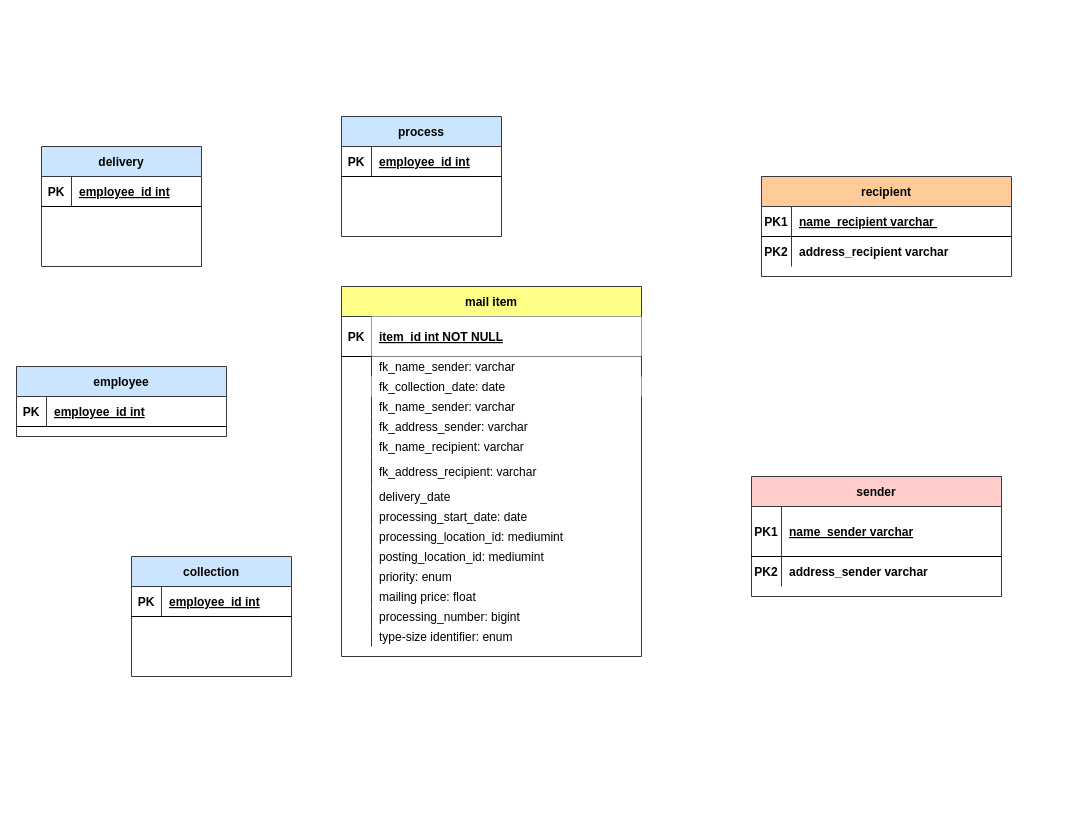
Earlier version of the draw.io diagram database_development_CR09/UML_ClassDiagram_CR09.drawio (Carina20/CFLMS-Carina-CodeReview-09). Source tidied: cells renumbered, new cells numbered last; positions are measured from the earlier drawing's top-left corner, leaving out a move shared by most shapes. Both pictures are drawn from the tidied source at 100%, with x=0, y=0 at pixel (16, 116).
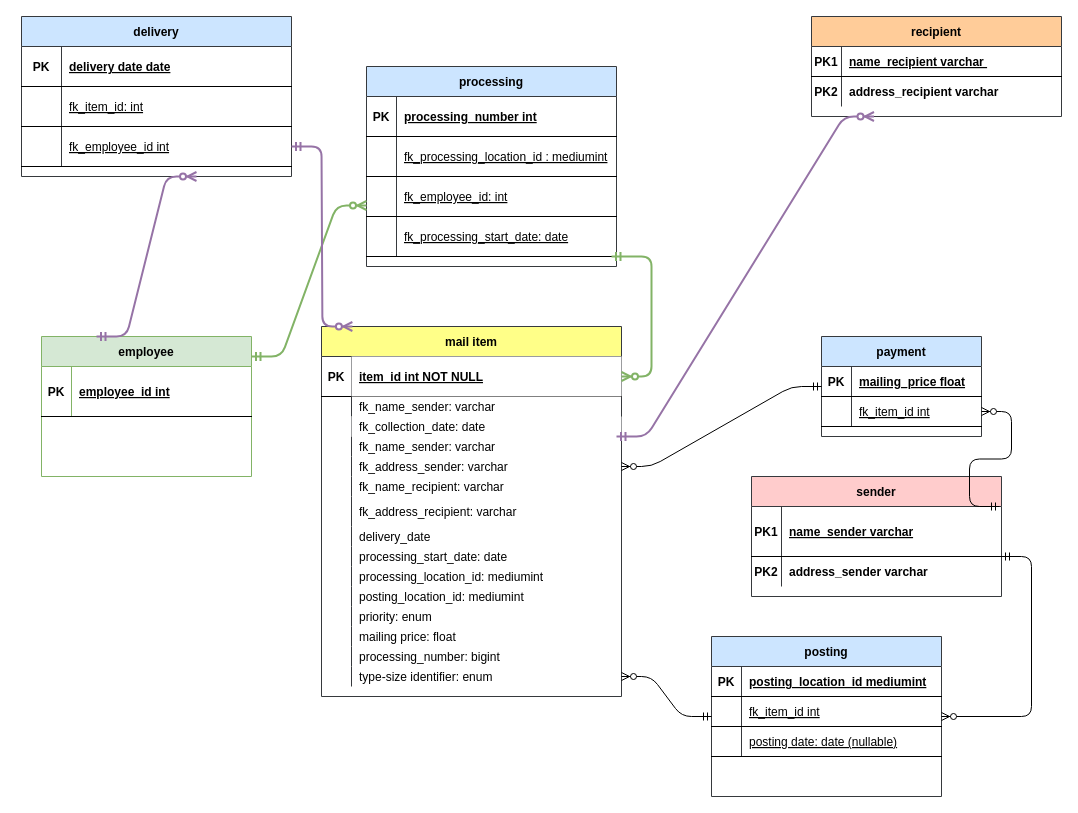
After the change.

Unchanged cells that the change refers to:
```xml
<mxCell id="10" style="shape=partialRectangle;fillColor=none;points=[[0,0.5],[1,0.5]];portConstraint=eastwest;top=0;left=0;right=0;bottom=1;" parent="9" vertex="1">
  <mxGeometry y="30" width="250" height="50" as="geometry" />
</mxCell>
<mxCell id="17" style="shape=partialRectangle;fillColor=none;points=[[0,0.5],[1,0.5]];portConstraint=eastwest;top=0;left=0;right=0;bottom=1;" parent="16" vertex="1">
  <mxGeometry y="30" width="300" height="40" as="geometry" />
</mxCell>
<mxCell id="29" style="shape=partialRectangle;fillColor=none;points=[[0,0.5],[1,0.5]];portConstraint=eastwest;top=0;left=0;right=0;bottom=0;" parent="16" vertex="1">
  <mxGeometry y="130" width="300" height="20" as="geometry" />
</mxCell>
<mxCell id="59" style="shape=partialRectangle;fillColor=none;points=[[0,0.5],[1,0.5]];portConstraint=eastwest;top=0;left=0;right=0;bottom=0;" parent="16" vertex="1">
  <mxGeometry y="340" width="300" height="20" as="geometry" />
</mxCell>
```

The edit, as a diff of the source:
```diff
@@
+    <mxCell id="62" value="delivery" style="shape=table;startSize=30;childLayout=tableLayout;rowLines=0;fontStyle=1;align=center;fillColor=#cce5ff;strokeColor=#36393d;" parent="1" vertex="1">
+      <mxGeometry x="5" y="-100" width="270" height="160" as="geometry" />
+    </mxCell>
+    <mxCell id="63" style="shape=partialRectangle;fillColor=none;top=0;left=0;right=0;bottom=1;" parent="62" vertex="1">
+      <mxGeometry y="30" width="270" height="40" as="geometry" />
+    </mxCell>
+    <mxCell id="64" value="PK" style="shape=partialRectangle;overflow=hidden;fillColor=none;top=0;left=0;bottom=0;right=0;fontStyle=1;" parent="63" vertex="1">
+      <mxGeometry width="40" height="40" as="geometry" />
+    </mxCell>
+    <mxCell id="65" value="delivery date date" style="shape=partialRectangle;overflow=hidden;fillColor=none;top=0;left=0;bottom=0;right=0;align=left;spacingLeft=6;fontStyle=5;" parent="63" vertex="1">
+      <mxGeometry x="40" width="230" height="40" as="geometry" />
+    </mxCell>
+    <mxCell id="78" style="shape=partialRectangle;fillColor=none;top=0;left=0;right=0;bottom=1;" parent="62" vertex="1">
+      <mxGeometry y="70" width="270" height="40" as="geometry" />
+    </mxCell>
+    <mxCell id="79" style="shape=partialRectangle;overflow=hidden;fillColor=none;top=0;left=0;bottom=0;right=0;fontStyle=1;" parent="78" vertex="1">
+      <mxGeometry width="40" height="40" as="geometry" />
+    </mxCell>
+    <mxCell id="80" value="fk_item_id: int" style="shape=partialRectangle;overflow=hidden;fillColor=none;top=0;left=0;bottom=0;right=0;align=left;spacingLeft=6;fontStyle=4;" parent="78" vertex="1">
+      <mxGeometry x="40" width="230" height="40" as="geometry" />
+    </mxCell>
+    <mxCell id="81" style="shape=partialRectangle;fillColor=none;points=[[0,0.5],[1,0.5]];portConstraint=eastwest;top=0;left=0;right=0;bottom=1;" parent="62" vertex="1">
+      <mxGeometry y="110" width="270" height="40" as="geometry" />
+    </mxCell>
+    <mxCell id="82" style="shape=partialRectangle;overflow=hidden;fillColor=none;top=0;left=0;bottom=0;right=0;fontStyle=1;" parent="81" vertex="1">
+      <mxGeometry width="40" height="40" as="geometry" />
+    </mxCell>
+    <mxCell id="83" value="fk_employee_id int" style="shape=partialRectangle;overflow=hidden;fillColor=none;top=0;left=0;bottom=0;right=0;align=left;spacingLeft=6;fontStyle=4;" parent="81" vertex="1">
+      <mxGeometry x="40" width="230" height="40" as="geometry" />
+    </mxCell>
     <mxCell id="2" value="recipient" style="shape=table;startSize=30;childLayout=tableLayout;rowLines=0;fontStyle=1;align=center;fillColor=#ffcc99;strokeColor=#36393d;" parent="1" vertex="1">
-      <mxGeometry x="745" y="60" width="250" height="100" as="geometry" />
+      <mxGeometry x="795" y="-100" width="250" height="100" as="geometry" />
     </mxCell>
@@
+    <mxCell id="66" value="processing" style="shape=table;startSize=30;childLayout=tableLayout;rowLines=0;fontStyle=1;align=center;fillColor=#cce5ff;strokeColor=#36393d;" parent="1" vertex="1">
+      <mxGeometry x="350" y="-50" width="250" height="200" as="geometry" />
+    </mxCell>
+    <mxCell id="67" style="shape=partialRectangle;fillColor=none;top=0;left=0;right=0;bottom=1;" parent="66" vertex="1">
+      <mxGeometry y="30" width="250" height="40" as="geometry" />
+    </mxCell>
+    <mxCell id="68" value="PK" style="shape=partialRectangle;overflow=hidden;fillColor=none;top=0;left=0;bottom=0;right=0;fontStyle=1;" parent="67" vertex="1">
+      <mxGeometry width="30" height="40" as="geometry" />
+    </mxCell>
+    <mxCell id="69" value="processing_number int" style="shape=partialRectangle;overflow=hidden;fillColor=none;top=0;left=0;bottom=0;right=0;align=left;spacingLeft=6;fontStyle=5;" parent="67" vertex="1">
+      <mxGeometry x="30" width="220" height="40" as="geometry" />
+    </mxCell>
+    <mxCell id="84" style="shape=partialRectangle;fillColor=none;top=0;left=0;right=0;bottom=1;fontStyle=0;" parent="66" vertex="1">
+      <mxGeometry y="70" width="250" height="40" as="geometry" />
+    </mxCell>
+    <mxCell id="85" style="shape=partialRectangle;overflow=hidden;fillColor=none;top=0;left=0;bottom=0;right=0;fontStyle=1;" parent="84" vertex="1">
+      <mxGeometry width="30" height="40" as="geometry" />
+    </mxCell>
+    <mxCell id="86" value="fk_processing_location_id : mediumint" style="shape=partialRectangle;overflow=hidden;fillColor=none;top=0;left=0;bottom=0;right=0;align=left;spacingLeft=6;fontStyle=4;" parent="84" vertex="1">
+      <mxGeometry x="30" width="220" height="40" as="geometry" />
+    </mxCell>
+    <mxCell id="87" style="shape=partialRectangle;fillColor=none;points=[[0,0.5],[1,0.5]];portConstraint=eastwest;top=0;left=0;right=0;bottom=1;" parent="66" vertex="1">
+      <mxGeometry y="110" width="250" height="40" as="geometry" />
+    </mxCell>
+    <mxCell id="88" style="shape=partialRectangle;overflow=hidden;fillColor=none;top=0;left=0;bottom=0;right=0;fontStyle=1;" parent="87" vertex="1">
+      <mxGeometry width="30" height="40" as="geometry" />
+    </mxCell>
+    <mxCell id="89" value="fk_employee_id: int" style="shape=partialRectangle;overflow=hidden;fillColor=none;top=0;left=0;bottom=0;right=0;align=left;spacingLeft=6;fontStyle=4;" parent="87" vertex="1">
+      <mxGeometry x="30" width="220" height="40" as="geometry" />
+    </mxCell>
+    <mxCell id="90" style="shape=partialRectangle;fillColor=none;top=0;left=0;right=0;bottom=1;" parent="66" vertex="1">
+      <mxGeometry y="150" width="250" height="40" as="geometry" />
+    </mxCell>
+    <mxCell id="91" style="shape=partialRectangle;overflow=hidden;fillColor=none;top=0;left=0;bottom=0;right=0;fontStyle=1;" parent="90" vertex="1">
+      <mxGeometry width="30" height="40" as="geometry" />
+    </mxCell>
+    <mxCell id="92" value="fk_processing_start_date: date" style="shape=partialRectangle;overflow=hidden;fillColor=none;top=0;left=0;bottom=0;right=0;align=left;spacingLeft=6;fontStyle=4;" parent="90" vertex="1">
+      <mxGeometry x="30" width="220" height="40" as="geometry" />
+    </mxCell>
+    <mxCell id="70" value="employee" style="shape=table;startSize=30;childLayout=tableLayout;rowLines=0;fontStyle=1;align=center;fillColor=#d5e8d4;strokeColor=#82b366;" parent="1" vertex="1">
+      <mxGeometry x="25" y="220" width="210" height="140" as="geometry" />
+    </mxCell>
+    <mxCell id="71" style="shape=partialRectangle;fillColor=none;top=0;left=0;right=0;bottom=1;" parent="70" vertex="1">
+      <mxGeometry y="30" width="210" height="50" as="geometry" />
+    </mxCell>
+    <mxCell id="72" value="PK" style="shape=partialRectangle;overflow=hidden;fillColor=none;top=0;left=0;bottom=0;right=0;fontStyle=1;" parent="71" vertex="1">
+      <mxGeometry width="30" height="50" as="geometry" />
+    </mxCell>
+    <mxCell id="73" value="employee_id int" style="shape=partialRectangle;overflow=hidden;fillColor=none;top=0;left=0;bottom=0;right=0;align=left;spacingLeft=6;fontStyle=5;" parent="71" vertex="1">
+      <mxGeometry x="30" width="180" height="50" as="geometry" />
+    </mxCell>
+    <mxCell id="93" value="payment" style="shape=table;startSize=30;childLayout=tableLayout;rowLines=0;fontStyle=1;align=center;fillColor=#cce5ff;strokeColor=#36393d;" parent="1" vertex="1">
+      <mxGeometry x="805" y="220" width="160" height="100" as="geometry" />
+    </mxCell>
+    <mxCell id="75" style="shape=partialRectangle;fillColor=none;top=0;left=0;right=0;bottom=1;" parent="93" vertex="1">
+      <mxGeometry y="30" width="160" height="30" as="geometry" />
+    </mxCell>
+    <mxCell id="94" value="PK" style="shape=partialRectangle;overflow=hidden;fillColor=none;top=0;left=0;bottom=0;right=0;fontStyle=1;" parent="75" vertex="1">
+      <mxGeometry width="30" height="30" as="geometry" />
+    </mxCell>
+    <mxCell id="95" value="mailing_price float" style="shape=partialRectangle;overflow=hidden;fillColor=none;top=0;left=0;bottom=0;right=0;align=left;spacingLeft=6;fontStyle=5;" parent="75" vertex="1">
+      <mxGeometry x="30" width="130" height="30" as="geometry" />
+    </mxCell>
+    <mxCell id="96" style="shape=partialRectangle;fillColor=none;points=[[0,0.5],[1,0.5]];portConstraint=eastwest;top=0;left=0;right=0;bottom=1;" parent="93" vertex="1">
+      <mxGeometry y="60" width="160" height="30" as="geometry" />
+    </mxCell>
+    <mxCell id="97" style="shape=partialRectangle;overflow=hidden;fillColor=none;top=0;left=0;bottom=0;right=0;fontStyle=1;" parent="96" vertex="1">
+      <mxGeometry width="30" height="30" as="geometry" />
+    </mxCell>
+    <mxCell id="98" value="fk_item_id int" style="shape=partialRectangle;overflow=hidden;fillColor=none;top=0;left=0;bottom=0;right=0;align=left;spacingLeft=6;fontStyle=4;" parent="96" vertex="1">
+      <mxGeometry x="30" width="130" height="30" as="geometry" />
+    </mxCell>
+    <mxCell id="99" value="posting" style="shape=table;startSize=30;childLayout=tableLayout;rowLines=0;fontStyle=1;align=center;fillColor=#cce5ff;strokeColor=#36393d;" parent="1" vertex="1">
+      <mxGeometry x="695" y="520" width="230" height="160" as="geometry" />
+    </mxCell>
+    <mxCell id="100" style="shape=partialRectangle;fillColor=none;top=0;left=0;right=0;bottom=1;" parent="99" vertex="1">
+      <mxGeometry y="30" width="230" height="30" as="geometry" />
+    </mxCell>
+    <mxCell id="101" value="PK" style="shape=partialRectangle;overflow=hidden;fillColor=none;top=0;left=0;bottom=0;right=0;fontStyle=1;" parent="100" vertex="1">
+      <mxGeometry width="30" height="30" as="geometry" />
+    </mxCell>
+    <mxCell id="102" value="posting_location_id mediumint" style="shape=partialRectangle;overflow=hidden;fillColor=none;top=0;left=0;bottom=0;right=0;align=left;spacingLeft=6;fontStyle=5;" parent="100" vertex="1">
+      <mxGeometry x="30" width="200" height="30" as="geometry" />
+    </mxCell>
+    <mxCell id="103" style="shape=partialRectangle;fillColor=none;top=0;left=0;right=0;bottom=1;" parent="99" vertex="1">
+      <mxGeometry y="60" width="230" height="30" as="geometry" />
+    </mxCell>
+    <mxCell id="104" style="shape=partialRectangle;overflow=hidden;fillColor=none;top=0;left=0;bottom=0;right=0;fontStyle=1;" parent="103" vertex="1">
+      <mxGeometry width="30" height="30" as="geometry" />
+    </mxCell>
+    <mxCell id="105" value="fk_item_id int" style="shape=partialRectangle;overflow=hidden;fillColor=none;top=0;left=0;bottom=0;right=0;align=left;spacingLeft=6;fontStyle=4;" parent="103" vertex="1">
+      <mxGeometry x="30" width="200" height="30" as="geometry" />
+    </mxCell>
+    <mxCell id="106" style="shape=partialRectangle;fillColor=none;top=0;left=0;right=0;bottom=1;" parent="99" vertex="1">
+      <mxGeometry y="90" width="230" height="30" as="geometry" />
+    </mxCell>
+    <mxCell id="107" style="shape=partialRectangle;overflow=hidden;fillColor=none;top=0;left=0;bottom=0;right=0;fontStyle=1;" parent="106" vertex="1">
+      <mxGeometry width="30" height="30" as="geometry" />
+    </mxCell>
+    <mxCell id="108" value="posting date: date (nullable)" style="shape=partialRectangle;overflow=hidden;fillColor=none;top=0;left=0;bottom=0;right=0;align=left;spacingLeft=6;fontStyle=4;" parent="106" vertex="1">
+      <mxGeometry x="30" width="200" height="30" as="geometry" />
+    </mxCell>
     <mxCell id="16" value="mail item" style="shape=table;startSize=30;childLayout=tableLayout;rowLines=0;fontStyle=1;align=center;fillColor=#ffff88;strokeColor=#36393d;" parent="1" vertex="1">
-      <mxGeometry x="325" y="170" width="300" height="370" as="geometry" />
+      <mxGeometry x="305" y="210" width="300" height="370" as="geometry" />
     </mxCell>
@@
-    <mxCell id="62" value="delivery" style="shape=table;startSize=30;childLayout=tableLayout;rowLines=0;fontStyle=1;align=center;fillColor=#cce5ff;strokeColor=#36393d;" parent="1" vertex="1">
-      <mxGeometry x="25" y="30" width="160" height="120" as="geometry" />
-    </mxCell>
-    <mxCell id="63" style="shape=partialRectangle;fillColor=none;top=0;left=0;right=0;bottom=1;" parent="62" vertex="1">
-      <mxGeometry y="30" width="160" height="30" as="geometry" />
-    </mxCell>
-    <mxCell id="64" value="PK" style="shape=partialRectangle;overflow=hidden;fillColor=none;top=0;left=0;bottom=0;right=0;fontStyle=1;" parent="63" vertex="1">
-      <mxGeometry width="30" height="30" as="geometry" />
-    </mxCell>
-    <mxCell id="65" value="employee_id int" style="shape=partialRectangle;overflow=hidden;fillColor=none;top=0;left=0;bottom=0;right=0;align=left;spacingLeft=6;fontStyle=5;" parent="63" vertex="1">
-      <mxGeometry x="30" width="130" height="30" as="geometry" />
-    </mxCell>
-    <mxCell id="66" value="process" style="shape=table;startSize=30;childLayout=tableLayout;rowLines=0;fontStyle=1;align=center;fillColor=#cce5ff;strokeColor=#36393d;" parent="1" vertex="1">
-      <mxGeometry x="325" width="160" height="120" as="geometry" />
-    </mxCell>
-    <mxCell id="67" style="shape=partialRectangle;fillColor=none;top=0;left=0;right=0;bottom=1;" parent="66" vertex="1">
-      <mxGeometry y="30" width="160" height="30" as="geometry" />
-    </mxCell>
-    <mxCell id="68" value="PK" style="shape=partialRectangle;overflow=hidden;fillColor=none;top=0;left=0;bottom=0;right=0;fontStyle=1;" parent="67" vertex="1">
-      <mxGeometry width="30" height="30" as="geometry" />
-    </mxCell>
-    <mxCell id="69" value="employee_id int" style="shape=partialRectangle;overflow=hidden;fillColor=none;top=0;left=0;bottom=0;right=0;align=left;spacingLeft=6;fontStyle=5;" parent="67" vertex="1">
-      <mxGeometry x="30" width="130" height="30" as="geometry" />
-    </mxCell>
-    <mxCell id="70" value="employee" style="shape=table;startSize=30;childLayout=tableLayout;rowLines=0;fontStyle=1;align=center;fillColor=#cce5ff;strokeColor=#36393d;" parent="1" vertex="1">
-      <mxGeometry y="250" width="210" height="70" as="geometry" />
-    </mxCell>
-    <mxCell id="71" style="shape=partialRectangle;fillColor=none;top=0;left=0;right=0;bottom=1;" parent="70" vertex="1">
-      <mxGeometry y="30" width="210" height="30" as="geometry" />
-    </mxCell>
-    <mxCell id="72" value="PK" style="shape=partialRectangle;overflow=hidden;fillColor=none;top=0;left=0;bottom=0;right=0;fontStyle=1;" parent="71" vertex="1">
-      <mxGeometry width="30" height="30" as="geometry" />
-    </mxCell>
-    <mxCell id="73" value="employee_id int" style="shape=partialRectangle;overflow=hidden;fillColor=none;top=0;left=0;bottom=0;right=0;align=left;spacingLeft=6;fontStyle=5;" parent="71" vertex="1">
-      <mxGeometry x="30" width="180" height="30" as="geometry" />
-    </mxCell>
-    <mxCell id="74" value="collection" style="shape=table;startSize=30;childLayout=tableLayout;rowLines=0;fontStyle=1;align=center;fillColor=#cce5ff;strokeColor=#36393d;" parent="1" vertex="1">
-      <mxGeometry x="115" y="440" width="160" height="120" as="geometry" />
-    </mxCell>
-    <mxCell id="75" style="shape=partialRectangle;fillColor=none;top=0;left=0;right=0;bottom=1;" parent="74" vertex="1">
-      <mxGeometry y="30" width="160" height="30" as="geometry" />
-    </mxCell>
-    <mxCell id="76" value="PK" style="shape=partialRectangle;overflow=hidden;fillColor=none;top=0;left=0;bottom=0;right=0;fontStyle=1;" parent="75" vertex="1">
-      <mxGeometry width="30" height="30" as="geometry" />
-    </mxCell>
-    <mxCell id="77" value="employee_id int" style="shape=partialRectangle;overflow=hidden;fillColor=none;top=0;left=0;bottom=0;right=0;align=left;spacingLeft=6;fontStyle=5;" parent="75" vertex="1">
-      <mxGeometry x="30" width="130" height="30" as="geometry" />
-    </mxCell>
+    <mxCell id="109" style="edgeStyle=entityRelationEdgeStyle;fontSize=12;html=1;endArrow=ERzeroToMany;startArrow=ERmandOne;entryX=0;entryY=0.725;entryDx=0;entryDy=0;entryPerimeter=0;fillColor=#d5e8d4;strokeColor=#82b366;strokeWidth=2;" parent="1" edge="1" target="87">
+      <mxGeometry relative="1" as="geometry">
+        <mxPoint x="235" y="240" as="sourcePoint" />
+      </mxGeometry>
+    </mxCell>
+    <mxCell id="110" style="edgeStyle=entityRelationEdgeStyle;fontSize=12;html=1;endArrow=ERzeroToMany;startArrow=ERmandOne;fillColor=#d5e8d4;strokeColor=#82b366;strokeWidth=2;" parent="1" edge="1" target="17">
+      <mxGeometry relative="1" as="geometry">
+        <mxPoint x="595" y="140" as="sourcePoint" />
+      </mxGeometry>
+    </mxCell>
+    <mxCell id="111" style="edgeStyle=entityRelationEdgeStyle;fontSize=12;html=1;endArrow=ERzeroToMany;startArrow=ERmandOne;" parent="1" edge="1" target="99">
+      <mxGeometry relative="1" as="geometry">
+        <mxPoint x="985" y="440" as="sourcePoint" />
+      </mxGeometry>
+    </mxCell>
+    <mxCell id="112" style="edgeStyle=entityRelationEdgeStyle;fontSize=12;html=1;endArrow=ERzeroToMany;startArrow=ERmandOne;" parent="1" edge="1" source="99" target="59">
+      <mxGeometry relative="1" as="geometry" />
+    </mxCell>
+    <mxCell id="113" style="edgeStyle=entityRelationEdgeStyle;fontSize=12;html=1;endArrow=ERzeroToMany;startArrow=ERmandOne;exitX=0.992;exitY=0;exitDx=0;exitDy=0;exitPerimeter=0;" parent="1" edge="1" source="10" target="96">
+      <mxGeometry relative="1" as="geometry" />
+    </mxCell>
+    <mxCell id="114" style="edgeStyle=entityRelationEdgeStyle;fontSize=12;html=1;endArrow=ERzeroToMany;startArrow=ERmandOne;" parent="1" edge="1" source="93" target="29">
+      <mxGeometry relative="1" as="geometry" />
+    </mxCell>
+    <mxCell id="115" style="edgeStyle=entityRelationEdgeStyle;fontSize=12;html=1;endArrow=ERzeroToMany;startArrow=ERmandOne;fillColor=#e1d5e7;strokeColor=#9673a6;strokeWidth=2;" parent="1" edge="1">
+      <mxGeometry relative="1" as="geometry">
+        <mxPoint x="80" y="220" as="sourcePoint" />
+        <mxPoint x="180" y="60" as="targetPoint" />
+      </mxGeometry>
+    </mxCell>
+    <mxCell id="116" style="edgeStyle=entityRelationEdgeStyle;fontSize=12;html=1;endArrow=ERzeroToMany;startArrow=ERmandOne;exitX=1;exitY=0.5;exitDx=0;exitDy=0;entryX=0.103;entryY=0;entryDx=0;entryDy=0;entryPerimeter=0;fillColor=#e1d5e7;strokeColor=#9673a6;strokeWidth=2;" parent="1" edge="1" source="81" target="16">
+      <mxGeometry relative="1" as="geometry" />
+    </mxCell>
+    <mxCell id="117" style="edgeStyle=entityRelationEdgeStyle;fontSize=12;html=1;endArrow=ERzeroToMany;startArrow=ERmandOne;entryX=0.25;entryY=1;entryDx=0;entryDy=0;fillColor=#e1d5e7;strokeColor=#9673a6;strokeWidth=2;" parent="1" edge="1" target="2">
+      <mxGeometry relative="1" as="geometry">
+        <mxPoint x="600" y="320" as="sourcePoint" />
+      </mxGeometry>
+    </mxCell>
```
